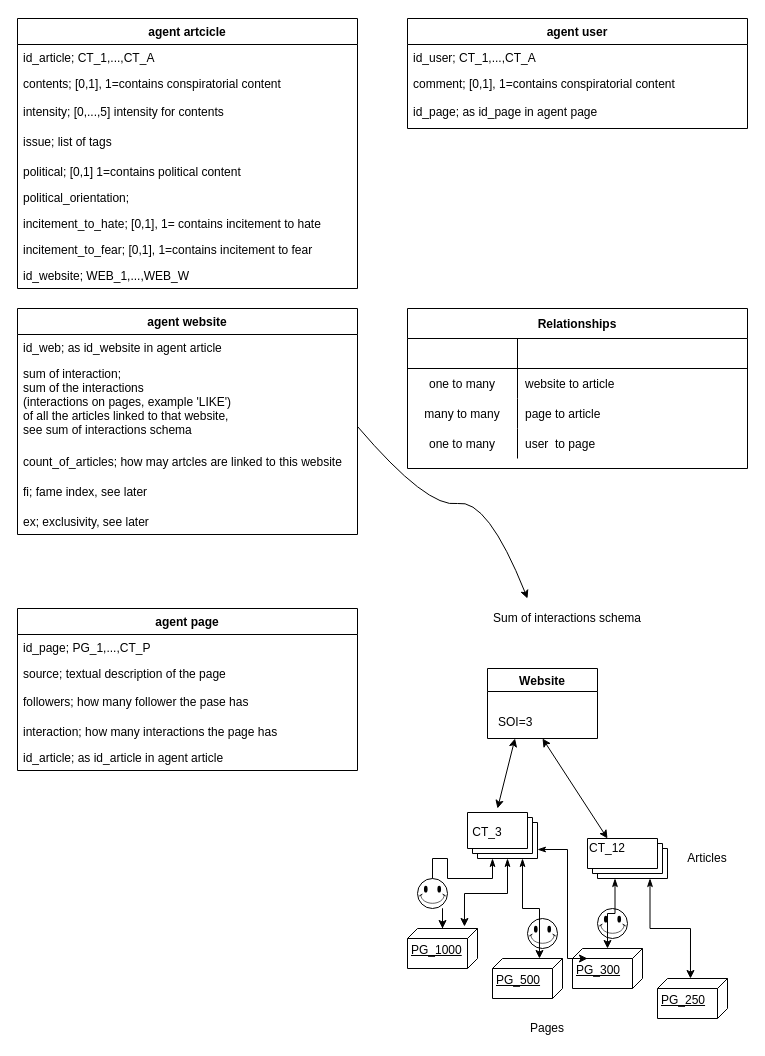
Earlier version of the draw.io diagram docum/pta_documentation_1.drawio (cecconifederico/pta). Source tidied: cells renumbered, new cells numbered last; positions are measured from the earlier drawing's top-left corner, leaving out a move shared by most shapes. Both pictures are drawn from the tidied source at 100%, with x=0, y=0 at pixel (17, 18).
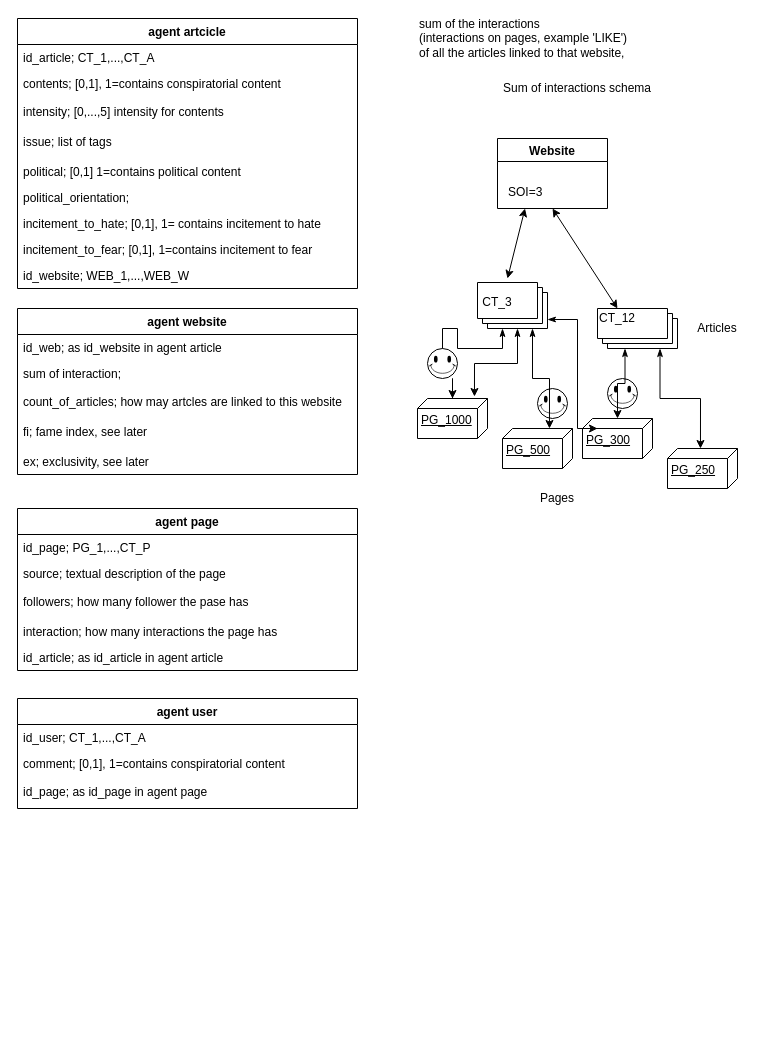
After the change.

The edit, as a diff of the source:
```diff
@@
     <mxCell id="12" value="agent website" style="swimlane;fontStyle=1;horizontal=1;startSize=26;fillColor=none;" parent="1" vertex="1">
-      <mxGeometry y="290" width="340" height="226" as="geometry" />
+      <mxGeometry y="290" width="340" height="166" as="geometry" />
     </mxCell>
@@
-    <mxCell id="14" value="sum of interaction;&#10;sum of the interactions &#10;(interactions on pages, example 'LIKE')&#10;of all the articles linked to that website,&#10;see sum of interactions schema" style="text;strokeColor=none;fillColor=none;align=left;verticalAlign=top;spacingLeft=4;spacingRight=4;overflow=hidden;points=[[0,0.5],[1,0.5]];portConstraint=eastwest;" parent="12" vertex="1">
-      <mxGeometry y="52" width="340" height="88" as="geometry" />
+    <mxCell id="14" value="sum of interaction;&#10;" style="text;strokeColor=none;fillColor=none;align=left;verticalAlign=top;spacingLeft=4;spacingRight=4;overflow=hidden;points=[[0,0.5],[1,0.5]];portConstraint=eastwest;" parent="12" vertex="1">
+      <mxGeometry y="52" width="340" height="28" as="geometry" />
     </mxCell>
     <mxCell id="15" value="count_of_articles; how may artcles are linked to this website" style="text;strokeColor=none;fillColor=none;align=left;verticalAlign=top;spacingLeft=4;spacingRight=4;overflow=hidden;" parent="12" vertex="1">
-      <mxGeometry y="140" width="340" height="30" as="geometry" />
+      <mxGeometry y="80" width="340" height="30" as="geometry" />
     </mxCell>
     <mxCell id="16" value="fi; fame index, see later" style="text;strokeColor=none;fillColor=none;align=left;verticalAlign=top;spacingLeft=4;spacingRight=4;overflow=hidden;" parent="12" vertex="1">
-      <mxGeometry y="170" width="340" height="30" as="geometry" />
+      <mxGeometry y="110" width="340" height="30" as="geometry" />
     </mxCell>
     <mxCell id="17" value="ex; exclusivity, see later" style="text;strokeColor=none;fillColor=none;align=left;verticalAlign=top;spacingLeft=4;spacingRight=4;overflow=hidden;" parent="12" vertex="1">
-      <mxGeometry y="200" width="340" height="26" as="geometry" />
+      <mxGeometry y="140" width="340" height="26" as="geometry" />
     </mxCell>
     <mxCell id="18" value="agent page" style="swimlane;fontStyle=1;horizontal=1;startSize=26;fillColor=none;" parent="1" vertex="1">
-      <mxGeometry y="590" width="340" height="162" as="geometry" />
+      <mxGeometry y="490" width="340" height="162" as="geometry" />
     </mxCell>
@@
     <mxCell id="24" value="agent user" style="swimlane;fontStyle=1;horizontal=1;startSize=26;fillColor=none;" parent="1" vertex="1">
-      <mxGeometry x="390" width="340" height="110" as="geometry" />
+      <mxGeometry y="680" width="340" height="110" as="geometry" />
     </mxCell>
@@
-    <mxCell id="28" value="Relationships" style="shape=table;startSize=30;childLayout=tableLayout;rowLines=0;fontStyle=1;align=center;" parent="1" vertex="1">
-      <mxGeometry x="390" y="290" width="340" height="160" as="geometry" />
-    </mxCell>
-    <mxCell id="29" style="shape=partialRectangle;fillColor=none;top=0;left=0;bottom=1;right=0;" parent="28" vertex="1">
-      <mxGeometry y="30" width="340" height="30" as="geometry" />
-    </mxCell>
-    <mxCell id="30" style="shape=partialRectangle;fillColor=none;top=0;left=0;bottom=0;right=0;fontStyle=1;overflow=hidden;" parent="29" vertex="1">
-      <mxGeometry width="110" height="30" as="geometry" />
-    </mxCell>
-    <mxCell id="31" style="shape=partialRectangle;fillColor=none;top=0;left=0;bottom=0;right=0;align=left;spacingLeft=6;fontStyle=5;overflow=hidden;" parent="29" vertex="1">
-      <mxGeometry x="110" width="230" height="30" as="geometry" />
-    </mxCell>
-    <mxCell id="32" style="shape=partialRectangle;fillColor=none;top=0;left=0;bottom=0;right=0;" parent="28" vertex="1">
-      <mxGeometry y="60" width="340" height="30" as="geometry" />
-    </mxCell>
-    <mxCell id="33" value="one to many" style="shape=partialRectangle;fillColor=none;top=0;left=0;bottom=0;right=0;overflow=hidden;" parent="32" vertex="1">
-      <mxGeometry width="110" height="30" as="geometry" />
-    </mxCell>
-    <mxCell id="34" value="website to article" style="shape=partialRectangle;fillColor=none;top=0;left=0;bottom=0;right=0;align=left;spacingLeft=6;overflow=hidden;" parent="32" vertex="1">
-      <mxGeometry x="110" width="230" height="30" as="geometry" />
-    </mxCell>
-    <mxCell id="35" style="shape=partialRectangle;fillColor=none;top=0;left=0;bottom=0;right=0;" parent="28" vertex="1">
-      <mxGeometry y="90" width="340" height="30" as="geometry" />
-    </mxCell>
-    <mxCell id="36" value="many to many" style="shape=partialRectangle;fillColor=none;top=0;left=0;bottom=0;right=0;overflow=hidden;" parent="35" vertex="1">
-      <mxGeometry width="110" height="30" as="geometry" />
-    </mxCell>
-    <mxCell id="37" value="page to article" style="shape=partialRectangle;fillColor=none;top=0;left=0;bottom=0;right=0;align=left;spacingLeft=6;overflow=hidden;" parent="35" vertex="1">
-      <mxGeometry x="110" width="230" height="30" as="geometry" />
-    </mxCell>
-    <mxCell id="38" style="shape=partialRectangle;fillColor=none;top=0;left=0;bottom=0;right=0;" parent="28" vertex="1">
-      <mxGeometry y="120" width="340" height="30" as="geometry" />
-    </mxCell>
-    <mxCell id="39" value="one to many" style="shape=partialRectangle;fillColor=none;top=0;left=0;bottom=0;right=0;overflow=hidden;" parent="38" vertex="1">
-      <mxGeometry width="110" height="30" as="geometry" />
-    </mxCell>
-    <mxCell id="40" value="user  to page" style="shape=partialRectangle;fillColor=none;top=0;left=0;bottom=0;right=0;align=left;spacingLeft=6;overflow=hidden;" parent="38" vertex="1">
-      <mxGeometry x="110" width="230" height="30" as="geometry" />
-    </mxCell>
     <mxCell id="41" style="group;" parent="1" vertex="1">
-      <mxGeometry x="390" y="590" width="320" height="430" as="geometry" />
+      <mxGeometry x="400" y="60" width="320" height="430" as="geometry" />
     </mxCell>
@@
-    <mxCell id="67" style="curved=1;endArrow=classic;html=1;exitX=1;exitY=0.75;exitDx=0;exitDy=0;exitPerimeter=0;" parent="1" edge="1" source="14">
-      <mxGeometry relative="1" as="geometry">
-        <mxPoint x="510" y="580" as="targetPoint" />
-        <Array as="points">
-          <mxPoint x="410" y="490" />
-          <mxPoint x="470" y="480" />
-        </Array>
-      </mxGeometry>
-    </mxCell>
+    <mxCell id="68" value="&lt;span&gt;sum of the interactions&lt;/span&gt;&lt;br style=&quot;padding: 0px ; margin: 0px&quot;&gt;&lt;span&gt;(interactions on pages, example 'LIKE')&lt;/span&gt;&lt;br style=&quot;padding: 0px ; margin: 0px&quot;&gt;&lt;span&gt;of all the articles linked to that website,&lt;/span&gt;" style="text;html=1;strokeColor=none;fillColor=none;align=left;verticalAlign=middle;whiteSpace=wrap;rounded=0;" parent="1" vertex="1">
+      <mxGeometry x="400" y="10" width="230" height="20" as="geometry" />
+    </mxCell>
```
